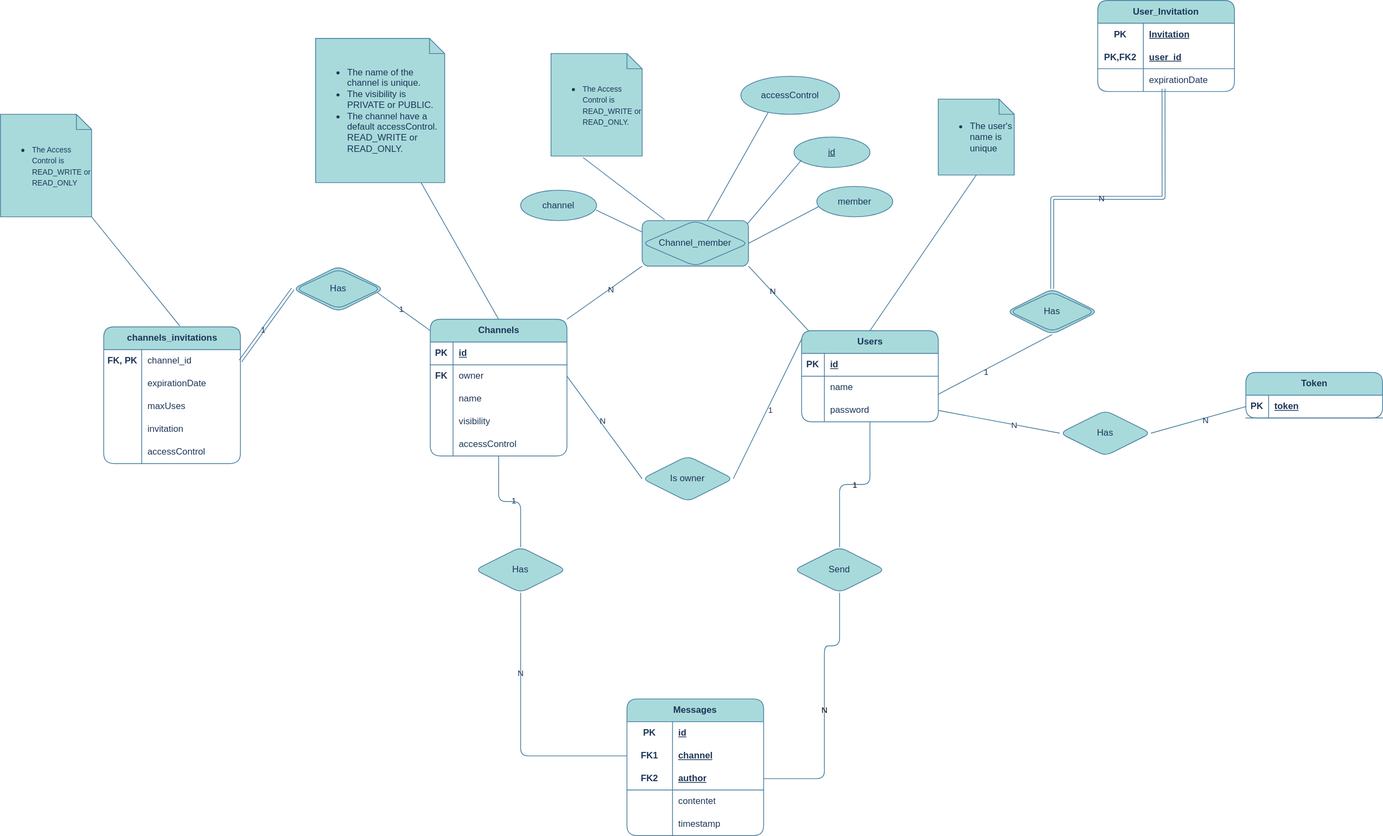
Above: code/jvm/repository_jdbc/src/sql/ChIMP-scheme.svg in Brgm37/Multi-user-Instant-Messaging-system (draw.io), before the change. Source tidied: cells renumbered, new cells last; positions are measured from the earlier drawing's top-left corner, leaving out a move shared by most shapes.
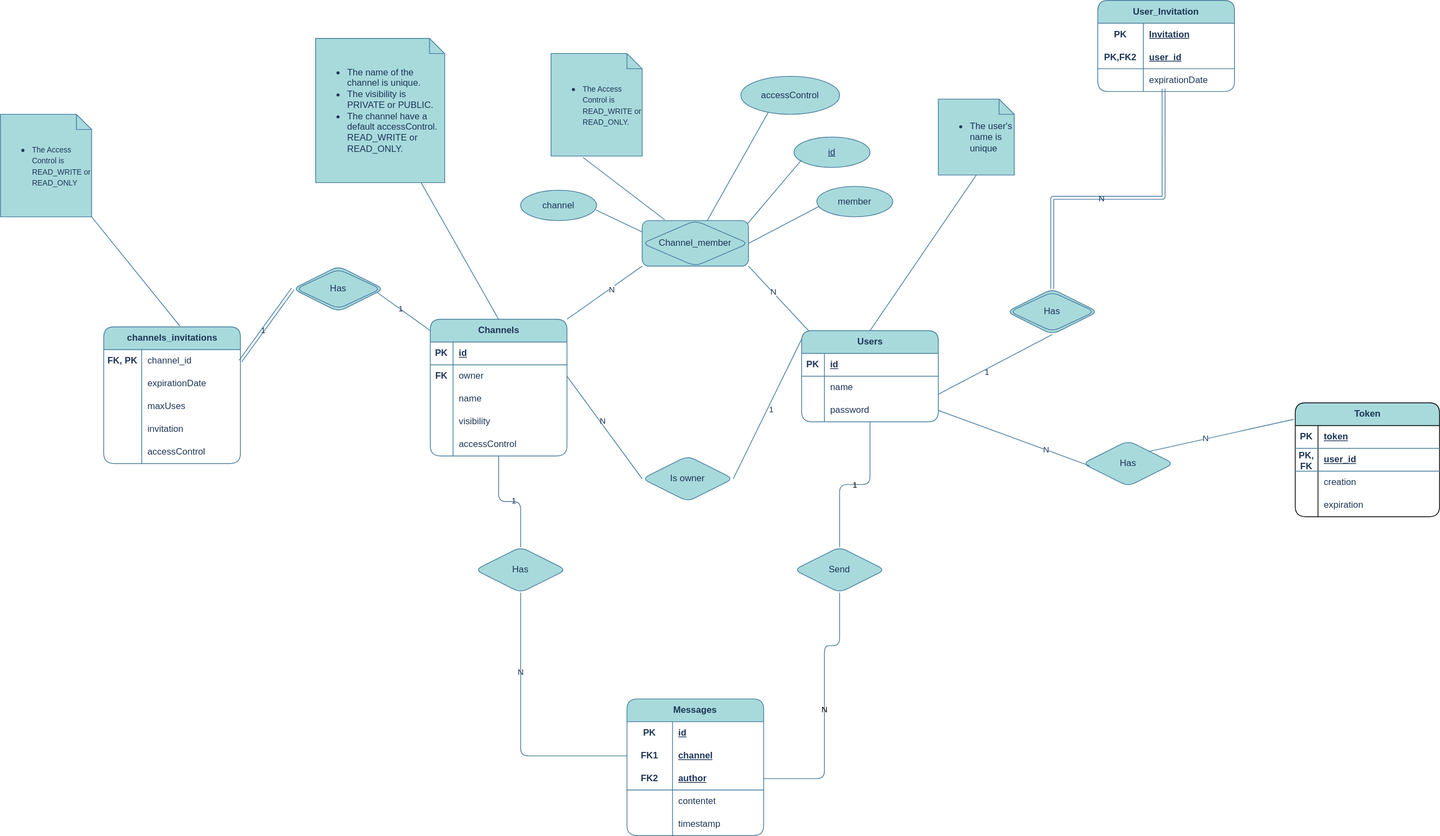
Later version of the same file.

The edit, as a diff of the source:
```diff
@@ -2,16 +2,16 @@
   <root>
     <mxCell id="0" />
     <mxCell id="1" parent="0" />
-    <mxCell id="2" style="endArrow=none;html=1;rounded=0;strokeColor=#457B9D;fontColor=default;exitX=1;exitY=0.5;exitDx=0;exitDy=0;entryX=0.051;entryY=0.628;entryDx=0;entryDy=0;entryPerimeter=0;labelBackgroundColor=none;" parent="1" edge="1" source="102" target="112">
+    <mxCell id="2" style="endArrow=none;html=1;rounded=0;strokeColor=#457B9D;fontColor=#1D3557;fillColor=#A8DADC;exitX=1;exitY=0.5;exitDx=0;exitDy=0;entryX=0.051;entryY=0.628;entryDx=0;entryDy=0;entryPerimeter=0;" parent="1" edge="1" source="102" target="112">
       <mxGeometry relative="1" as="geometry" />
     </mxCell>
-    <mxCell id="3" style="endArrow=none;html=1;rounded=0;strokeColor=#457B9D;fontColor=default;entryX=0.065;entryY=0.023;entryDx=0;entryDy=0;entryPerimeter=0;exitX=1;exitY=1;exitDx=0;exitDy=0;labelBackgroundColor=none;" parent="1" edge="1" source="102" target="24">
+    <mxCell id="3" style="endArrow=none;html=1;rounded=0;strokeColor=#457B9D;fontColor=#1D3557;fillColor=#A8DADC;entryX=0.065;entryY=0.023;entryDx=0;entryDy=0;entryPerimeter=0;exitX=1;exitY=1;exitDx=0;exitDy=0;" parent="1" edge="1" source="102" target="24">
       <mxGeometry relative="1" as="geometry" />
     </mxCell>
-    <mxCell id="4" value="N" style="edgeLabel;html=1;align=center;verticalAlign=middle;strokeColor=#457B9D;fontColor=#1D3557;fillColor=#A8DADC;labelBackgroundColor=none;" parent="3" vertex="1">
+    <mxCell id="4" value="N" style="edgeLabel;html=1;align=center;verticalAlign=middle;strokeColor=#457B9D;fontColor=#1D3557;fillColor=#A8DADC;" parent="3" vertex="1">
       <mxGeometry x="-0.23" y="1" relative="1" as="geometry" />
     </mxCell>
-    <mxCell id="5" style="endArrow=none;html=1;rounded=0;strokeColor=#457B9D;fontColor=default;entryX=0.298;entryY=0.852;entryDx=0;entryDy=0;entryPerimeter=0;exitX=0.59;exitY=0.092;exitDx=0;exitDy=0;exitPerimeter=0;labelBackgroundColor=none;" parent="1" edge="1" source="102" target="101">
+    <mxCell id="5" style="endArrow=none;html=1;rounded=0;strokeColor=#457B9D;fontColor=#1D3557;fillColor=#A8DADC;entryX=0.298;entryY=0.852;entryDx=0;entryDy=0;entryPerimeter=0;exitX=0.59;exitY=0.092;exitDx=0;exitDy=0;exitPerimeter=0;" parent="1" edge="1" source="102" target="101">
       <mxGeometry relative="1" as="geometry" />
     </mxCell>
     <mxCell id="6" style="endArrow=none;html=1;rounded=1;exitX=0.5;exitY=1;exitDx=0;exitDy=0;entryX=0;entryY=0.5;entryDx=0;entryDy=0;labelBackgroundColor=none;fontColor=default;strokeColor=#457B9D;" parent="1" edge="1" source="53" target="38">
@@ -316,71 +316,98 @@
     <mxCell id="100" value="1" style="edgeLabel;html=1;align=center;verticalAlign=middle;rounded=1;labelBackgroundColor=none;fontColor=#1D3557;" parent="99" vertex="1">
       <mxGeometry x="-0.13" y="1" relative="1" as="geometry" />
     </mxCell>
-    <mxCell id="101" value="accessControl" style="ellipse;whiteSpace=wrap;html=1;align=center;strokeColor=#457B9D;fontColor=#1D3557;fillColor=#A8DADC;labelBackgroundColor=none;" parent="1" vertex="1">
+    <mxCell id="101" value="accessControl" style="ellipse;whiteSpace=wrap;html=1;align=center;strokeColor=#457B9D;fontColor=#1D3557;fillColor=#A8DADC;" parent="1" vertex="1">
       <mxGeometry x="975" y="100" width="130" height="50" as="geometry" />
     </mxCell>
-    <mxCell id="102" value="Channel_member" style="shape=associativeEntity;whiteSpace=wrap;html=1;align=center;strokeColor=#457B9D;fontColor=#1D3557;fillColor=#A8DADC;rounded=1;labelBackgroundColor=none;" parent="1" vertex="1">
+    <mxCell id="102" value="Channel_member" style="shape=associativeEntity;whiteSpace=wrap;html=1;align=center;strokeColor=#457B9D;fontColor=#1D3557;fillColor=#A8DADC;rounded=1;" parent="1" vertex="1">
       <mxGeometry x="845" y="290" width="140" height="60" as="geometry" />
     </mxCell>
-    <mxCell id="103" style="endArrow=none;html=1;rounded=0;strokeColor=#457B9D;fontColor=default;exitX=1;exitY=0;exitDx=0;exitDy=0;entryX=0;entryY=1;entryDx=0;entryDy=0;labelBackgroundColor=none;" parent="1" edge="1" source="8" target="102">
+    <mxCell id="103" style="endArrow=none;html=1;rounded=0;strokeColor=#457B9D;fontColor=#1D3557;fillColor=#A8DADC;exitX=1;exitY=0;exitDx=0;exitDy=0;entryX=0;entryY=1;entryDx=0;entryDy=0;" parent="1" edge="1" source="8" target="102">
       <mxGeometry relative="1" as="geometry" />
     </mxCell>
-    <mxCell id="104" value="N" style="edgeLabel;html=1;align=center;verticalAlign=middle;strokeColor=#457B9D;fontColor=#1D3557;fillColor=#A8DADC;labelBackgroundColor=none;" parent="103" vertex="1">
+    <mxCell id="104" value="N" style="edgeLabel;html=1;align=center;verticalAlign=middle;strokeColor=#457B9D;fontColor=#1D3557;fillColor=#A8DADC;" parent="103" vertex="1">
       <mxGeometry x="0.14" y="-1" relative="1" as="geometry" />
     </mxCell>
-    <mxCell id="105" value="&lt;ul&gt;&lt;li&gt;&lt;font style=&quot;font-size: 10px;&quot;&gt;The Access Control is READ_WRITE or READ_ONLY.&lt;/font&gt;&lt;/li&gt;&lt;/ul&gt;" style="shape=note;size=20;whiteSpace=wrap;html=1;strokeColor=#457B9D;fontColor=#1D3557;fillColor=#A8DADC;align=left;labelBackgroundColor=none;" parent="1" vertex="1">
+    <mxCell id="105" value="&lt;ul&gt;&lt;li&gt;&lt;font style=&quot;font-size: 10px;&quot;&gt;The Access Control is READ_WRITE or READ_ONLY.&lt;/font&gt;&lt;/li&gt;&lt;/ul&gt;" style="shape=note;size=20;whiteSpace=wrap;html=1;strokeColor=#457B9D;fontColor=#1D3557;fillColor=#A8DADC;align=left;" parent="1" vertex="1">
       <mxGeometry x="725" y="70" width="120" height="135" as="geometry" />
     </mxCell>
-    <mxCell id="106" style="endArrow=none;html=1;rounded=0;strokeColor=#457B9D;fontColor=default;exitX=0.351;exitY=1.014;exitDx=0;exitDy=0;exitPerimeter=0;entryX=0.212;entryY=-0.019;entryDx=0;entryDy=0;entryPerimeter=0;labelBackgroundColor=none;" parent="1" edge="1" source="105" target="102">
+    <mxCell id="106" style="endArrow=none;html=1;rounded=0;strokeColor=#457B9D;fontColor=#1D3557;fillColor=#A8DADC;exitX=0.351;exitY=1.014;exitDx=0;exitDy=0;exitPerimeter=0;entryX=0.212;entryY=-0.019;entryDx=0;entryDy=0;entryPerimeter=0;" parent="1" edge="1" source="105" target="102">
       <mxGeometry relative="1" as="geometry" />
     </mxCell>
-    <mxCell id="107" value="&lt;ul&gt;&lt;li&gt;&lt;font style=&quot;font-size: 10px;&quot;&gt;The Access Control is READ_WRITE or READ_ONLY&lt;/font&gt;&lt;/li&gt;&lt;/ul&gt;" style="shape=note;size=20;whiteSpace=wrap;html=1;strokeColor=#457B9D;fontColor=#1D3557;fillColor=#A8DADC;align=left;labelBackgroundColor=none;" parent="1" vertex="1">
+    <mxCell id="107" value="&lt;ul&gt;&lt;li&gt;&lt;font style=&quot;font-size: 10px;&quot;&gt;The Access Control is READ_WRITE or READ_ONLY&lt;/font&gt;&lt;/li&gt;&lt;/ul&gt;" style="shape=note;size=20;whiteSpace=wrap;html=1;strokeColor=#457B9D;fontColor=#1D3557;fillColor=#A8DADC;align=left;" parent="1" vertex="1">
       <mxGeometry y="150" width="120" height="135" as="geometry" />
     </mxCell>
-    <mxCell id="108" style="endArrow=none;html=1;rounded=0;strokeColor=#457B9D;fontColor=default;exitX=1;exitY=1;exitDx=0;exitDy=0;exitPerimeter=0;entryX=0.557;entryY=-0.006;entryDx=0;entryDy=0;entryPerimeter=0;labelBackgroundColor=none;" parent="1" edge="1" source="107" target="82">
+    <mxCell id="108" style="endArrow=none;html=1;rounded=0;strokeColor=#457B9D;fontColor=#1D3557;fillColor=#A8DADC;exitX=1;exitY=1;exitDx=0;exitDy=0;exitPerimeter=0;entryX=0.557;entryY=-0.006;entryDx=0;entryDy=0;entryPerimeter=0;" parent="1" edge="1" source="107" target="82">
       <mxGeometry relative="1" as="geometry" />
     </mxCell>
-    <mxCell id="109" value="id" style="ellipse;whiteSpace=wrap;html=1;align=center;fontStyle=4;strokeColor=#457B9D;fontColor=#1D3557;fillColor=#A8DADC;labelBackgroundColor=none;" parent="1" vertex="1">
+    <mxCell id="109" value="id" style="ellipse;whiteSpace=wrap;html=1;align=center;fontStyle=4;strokeColor=#457B9D;fontColor=#1D3557;fillColor=#A8DADC;" parent="1" vertex="1">
       <mxGeometry x="1045" y="180" width="100" height="40" as="geometry" />
     </mxCell>
-    <mxCell id="110" style="endArrow=none;html=1;rounded=0;strokeColor=#457B9D;fontColor=default;entryX=0.1;entryY=0.75;entryDx=0;entryDy=0;entryPerimeter=0;exitX=0.99;exitY=0.071;exitDx=0;exitDy=0;exitPerimeter=0;labelBackgroundColor=none;" parent="1" edge="1" source="102" target="109">
+    <mxCell id="110" style="endArrow=none;html=1;rounded=0;strokeColor=#457B9D;fontColor=#1D3557;fillColor=#A8DADC;entryX=0.1;entryY=0.75;entryDx=0;entryDy=0;entryPerimeter=0;exitX=0.99;exitY=0.071;exitDx=0;exitDy=0;exitPerimeter=0;" parent="1" edge="1" source="102" target="109">
       <mxGeometry relative="1" as="geometry" />
     </mxCell>
-    <mxCell id="111" value="channel" style="ellipse;whiteSpace=wrap;html=1;align=center;strokeColor=#457B9D;fontColor=#1D3557;fillColor=#A8DADC;labelBackgroundColor=none;" parent="1" vertex="1">
+    <mxCell id="111" value="channel" style="ellipse;whiteSpace=wrap;html=1;align=center;strokeColor=#457B9D;fontColor=#1D3557;fillColor=#A8DADC;" parent="1" vertex="1">
       <mxGeometry x="685" y="250" width="100" height="40" as="geometry" />
     </mxCell>
-    <mxCell id="112" value="member" style="ellipse;whiteSpace=wrap;html=1;align=center;strokeColor=#457B9D;fontColor=#1D3557;fillColor=#A8DADC;labelBackgroundColor=none;" parent="1" vertex="1">
+    <mxCell id="112" value="member" style="ellipse;whiteSpace=wrap;html=1;align=center;strokeColor=#457B9D;fontColor=#1D3557;fillColor=#A8DADC;" parent="1" vertex="1">
       <mxGeometry x="1075" y="245" width="100" height="40" as="geometry" />
     </mxCell>
-    <mxCell id="113" style="endArrow=none;html=1;rounded=0;strokeColor=#457B9D;fontColor=default;exitX=0.992;exitY=0.651;exitDx=0;exitDy=0;exitPerimeter=0;entryX=0;entryY=0.25;entryDx=0;entryDy=0;labelBackgroundColor=none;" parent="1" edge="1" source="111" target="102">
+    <mxCell id="113" style="endArrow=none;html=1;rounded=0;strokeColor=#457B9D;fontColor=#1D3557;fillColor=#A8DADC;exitX=0.992;exitY=0.651;exitDx=0;exitDy=0;exitPerimeter=0;entryX=0;entryY=0.25;entryDx=0;entryDy=0;" parent="1" edge="1" source="111" target="102">
       <mxGeometry relative="1" as="geometry" />
     </mxCell>
+    <mxCell id="118" value="Has" style="shape=rhombus;perimeter=rhombusPerimeter;whiteSpace=wrap;html=1;align=center;strokeColor=#457B9D;fontColor=#1D3557;fillColor=#A8DADC;rounded=1;" parent="1" vertex="1">
+      <mxGeometry x="1425" y="580" width="120" height="60" as="geometry" />
+    </mxCell>
-    <mxCell id="114" value="Token" style="shape=table;startSize=30;rowLines=0;fontStyle=1;align=center;html=1;labelBackgroundColor=none;fillColor=#A8DADC;strokeColor=#457B9D;fontColor=#1D3557;rounded=1;swimlaneLine=1;" parent="1" vertex="1">
-      <mxGeometry x="1640" y="490" width="180" height="60" as="geometry" />
+    <mxCell id="114" value="Token" style="shape=table;startSize=30;rowLines=0;fontStyle=1;align=center;html=1;strokeColor=default;fontColor=#1D3557;fillColor=#A8DADC;rounded=1;" parent="1" vertex="1">
+      <mxGeometry x="1705" y="530" width="190" height="150" as="geometry" />
     </mxCell>
-    <mxCell id="115" style="shape=tableRow;horizontal=0;startSize=0;swimlaneHead=0;swimlaneBody=0;fillColor=none;points=[[0,0.5],[1,0.5]];portConstraint=eastwest;top=0;left=0;right=0;bottom=1;labelBackgroundColor=none;strokeColor=#457B9D;fontColor=#1D3557;" parent="114" vertex="1">
-      <mxGeometry y="30" width="180" height="30" as="geometry" />
-    </mxCell>
+    <mxCell id="123" style="shape=tableRow;horizontal=0;startSize=0;swimlaneHead=0;swimlaneBody=0;fillColor=none;top=0;left=0;right=0;bottom=1;strokeColor=#457B9D;fontColor=#1D3557;" parent="114" vertex="1">
+      <mxGeometry y="30" width="190" height="30" as="geometry" />
+    </mxCell>
-    <mxCell id="116" value="PK" style="shape=partialRectangle;fillColor=none;top=0;left=0;bottom=0;right=0;fontStyle=1;overflow=hidden;whiteSpace=wrap;html=1;labelBackgroundColor=none;strokeColor=#457B9D;fontColor=#1D3557;" parent="115" vertex="1">
+    <mxCell id="116" value="PK" style="shape=partialRectangle;fillColor=none;top=0;left=0;bottom=0;right=0;fontStyle=1;overflow=hidden;whiteSpace=wrap;html=1;strokeColor=#457B9D;fontColor=#1D3557;" parent="123" vertex="1">
       <mxGeometry width="30" height="30" as="geometry" />
     </mxCell>
-    <mxCell id="117" value="token" style="shape=partialRectangle;fillColor=none;top=0;left=0;bottom=0;right=0;align=left;spacingLeft=6;fontStyle=5;overflow=hidden;whiteSpace=wrap;html=1;labelBackgroundColor=none;strokeColor=#457B9D;fontColor=#1D3557;" parent="115" vertex="1">
-      <mxGeometry x="30" width="150" height="30" as="geometry" />
+    <mxCell id="117" value="token" style="shape=partialRectangle;fillColor=none;top=0;left=0;bottom=0;right=0;align=left;spacingLeft=6;fontStyle=5;overflow=hidden;whiteSpace=wrap;html=1;strokeColor=#457B9D;fontColor=#1D3557;" parent="123" vertex="1">
+      <mxGeometry x="30" width="160" height="30" as="geometry" />
     </mxCell>
-    <mxCell id="118" value="Has" style="shape=rhombus;perimeter=rhombusPerimeter;whiteSpace=wrap;html=1;align=center;labelBackgroundColor=none;fillColor=#A8DADC;strokeColor=#457B9D;fontColor=#1D3557;rounded=1;" parent="1" vertex="1">
-      <mxGeometry x="1395" y="540" width="120" height="60" as="geometry" />
-    </mxCell>
-    <mxCell id="119" style="endArrow=none;html=1;rounded=0;entryX=0;entryY=0.5;entryDx=0;entryDy=0;exitX=1;exitY=0.5;exitDx=0;exitDy=0;labelBackgroundColor=none;strokeColor=#457B9D;fontColor=default;" parent="1" edge="1" source="118" target="115">
-      <mxGeometry relative="1" as="geometry" />
-    </mxCell>
-    <mxCell id="120" value="N" style="edgeLabel;html=1;align=center;verticalAlign=middle;labelBackgroundColor=none;fontColor=#1D3557;" parent="119" vertex="1">
-      <mxGeometry x="0.13" y="-2" relative="1" as="geometry" />
-    </mxCell>
+    <mxCell id="124" style="shape=tableRow;horizontal=0;startSize=0;swimlaneHead=0;swimlaneBody=0;fillColor=none;top=0;left=0;right=0;bottom=1;strokeColor=#457B9D;fontColor=#1D3557;" parent="114" vertex="1">
+      <mxGeometry y="60" width="190" height="30" as="geometry" />
+    </mxCell>
+    <mxCell id="125" value="PK, FK" style="shape=partialRectangle;fillColor=none;top=0;left=0;bottom=0;right=0;fontStyle=1;overflow=hidden;whiteSpace=wrap;html=1;strokeColor=#457B9D;fontColor=#1D3557;" parent="124" vertex="1">
+      <mxGeometry width="30" height="30" as="geometry" />
+    </mxCell>
+    <mxCell id="126" value="user_id" style="shape=partialRectangle;fillColor=none;top=0;left=0;bottom=0;right=0;align=left;spacingLeft=6;fontStyle=5;overflow=hidden;whiteSpace=wrap;html=1;strokeColor=default;fontColor=#1D3557;" parent="124" vertex="1">
+      <mxGeometry x="30" width="160" height="30" as="geometry" />
+    </mxCell>
+    <mxCell id="127" style="shape=tableRow;horizontal=0;startSize=0;swimlaneHead=0;swimlaneBody=0;fillColor=none;top=0;left=0;right=0;bottom=0;strokeColor=#457B9D;fontColor=#1D3557;" parent="114" vertex="1">
+      <mxGeometry y="90" width="190" height="30" as="geometry" />
+    </mxCell>
+    <mxCell id="128" style="shape=partialRectangle;fillColor=none;top=0;left=0;bottom=0;right=0;overflow=hidden;whiteSpace=wrap;html=1;strokeColor=#457B9D;fontColor=#1D3557;" parent="127" vertex="1">
+      <mxGeometry width="30" height="30" as="geometry" />
+    </mxCell>
+    <mxCell id="129" value="creation" style="shape=partialRectangle;fillColor=none;top=0;left=0;bottom=0;right=0;align=left;spacingLeft=6;overflow=hidden;whiteSpace=wrap;html=1;strokeColor=#457B9D;fontColor=#1D3557;" parent="127" vertex="1">
+      <mxGeometry x="30" width="160" height="30" as="geometry" />
+    </mxCell>
+    <mxCell id="130" style="shape=tableRow;horizontal=0;startSize=0;swimlaneHead=0;swimlaneBody=0;fillColor=none;top=0;left=0;right=0;bottom=0;strokeColor=#457B9D;fontColor=#1D3557;" parent="114" vertex="1">
+      <mxGeometry y="120" width="190" height="30" as="geometry" />
+    </mxCell>
+    <mxCell id="131" style="shape=partialRectangle;fillColor=none;top=0;left=0;bottom=0;right=0;overflow=hidden;whiteSpace=wrap;html=1;strokeColor=#457B9D;fontColor=#1D3557;" parent="130" vertex="1">
+      <mxGeometry width="30" height="30" as="geometry" />
+    </mxCell>
+    <mxCell id="132" value="expiration" style="shape=partialRectangle;fillColor=none;top=0;left=0;bottom=0;right=0;align=left;spacingLeft=6;overflow=hidden;whiteSpace=wrap;html=1;strokeColor=#457B9D;fontColor=#1D3557;" parent="130" vertex="1">
+      <mxGeometry x="30" width="160" height="30" as="geometry" />
+    </mxCell>
-    <mxCell id="121" style="endArrow=none;html=1;rounded=0;strokeColor=#457B9D;fontColor=#1D3557;fillColor=#A8DADC;entryX=0;entryY=0.5;entryDx=0;entryDy=0;exitX=1;exitY=0.5;exitDx=0;exitDy=0;" parent="1" edge="1" source="31" target="118">
+    <mxCell id="121" style="endArrow=none;html=1;rounded=0;strokeColor=#457B9D;fontColor=#1D3557;fillColor=#A8DADC;exitX=1;exitY=0.5;exitDx=0;exitDy=0;entryX=0.076;entryY=0.55;entryDx=0;entryDy=0;entryPerimeter=0;" parent="1" edge="1" source="31" target="118">
       <mxGeometry relative="1" as="geometry" />
     </mxCell>
-    <mxCell id="122" value="N" style="edgeLabel;html=1;align=center;verticalAlign=middle;strokeColor=#457B9D;fontColor=#1D3557;fillColor=#A8DADC;" parent="121" vertex="1">
-      <mxGeometry x="0.24" y="-1" relative="1" as="geometry" />
-    </mxCell>
+    <mxCell id="133" value="N" style="edgeLabel;html=1;align=center;verticalAlign=middle;strokeColor=#457B9D;fontColor=#1D3557;fillColor=#A8DADC;" parent="121" vertex="1">
+      <mxGeometry x="0.42" y="1" relative="1" as="geometry" />
+    </mxCell>
+    <mxCell id="134" style="endArrow=none;html=1;rounded=0;strokeColor=#457B9D;fontColor=#1D3557;fillColor=#A8DADC;exitX=0.724;exitY=0.237;exitDx=0;exitDy=0;exitPerimeter=0;entryX=-0.011;entryY=0.145;entryDx=0;entryDy=0;entryPerimeter=0;" parent="1" edge="1" source="118" target="114">
+      <mxGeometry relative="1" as="geometry" />
+    </mxCell>
+    <mxCell id="135" value="N" style="edgeLabel;html=1;align=center;verticalAlign=middle;strokeColor=#457B9D;fontColor=#1D3557;fillColor=#A8DADC;" parent="134" vertex="1">
+      <mxGeometry x="-0.22" y="2" relative="1" as="geometry" />
+    </mxCell>
   </root>
 </mxGraphModel>
```
